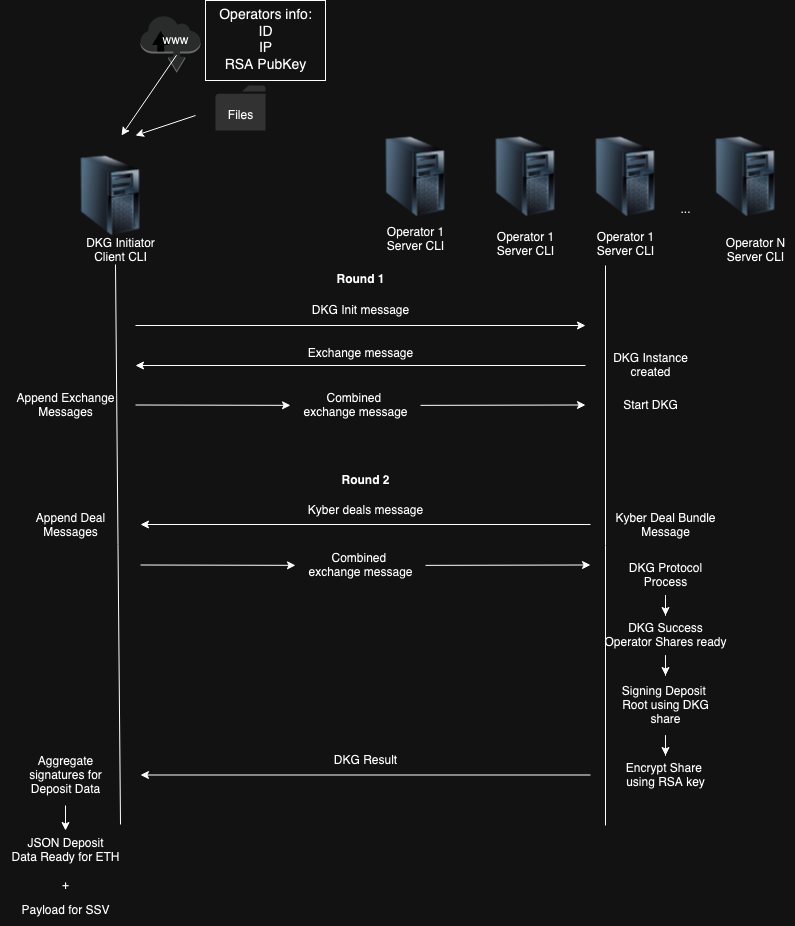
ssvlabs/ssv-dkg keeps this draw.io diagram as imgs/DKGinit.drawio.png. Above is the earlier version. Source tidied: cells renumbered, new cells last; positions are measured from the earlier drawing's top-left corner, leaving out a move shared by most shapes.
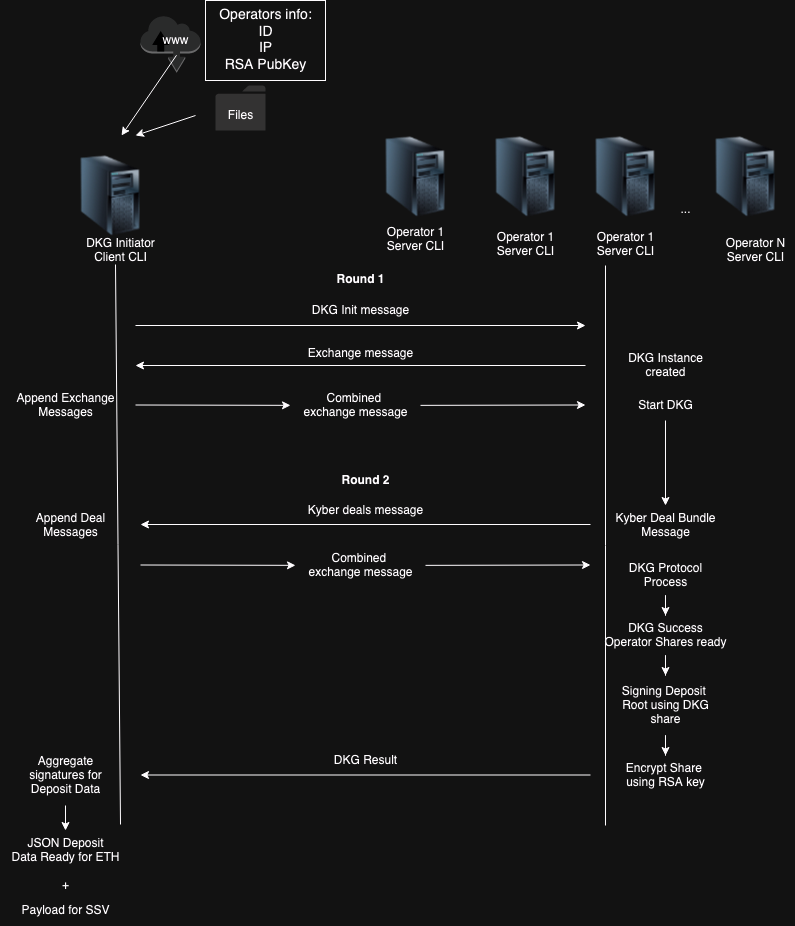
The same file after the commit.

Commit message:
add TODO brakedown

What changed in the source:
```diff
@@ -83,7 +83,7 @@
       <mxGeometry x="300" y="295" width="120" height="30" as="geometry" />
     </mxCell>
     <mxCell id="24" value="&lt;div&gt;DKG Instance&lt;/div&gt;&lt;div&gt;created&lt;br&gt;&lt;/div&gt;" style="text;html=1;align=center;verticalAlign=middle;strokeColor=none;fillColor=none;" parent="1" vertex="1">
-      <mxGeometry x="600" y="345" width="100" height="40" as="geometry" />
+      <mxGeometry x="615" y="345" width="100" height="40" as="geometry" />
     </mxCell>
     <mxCell id="25" style="edgeStyle=none;orthogonalLoop=1;jettySize=auto;html=1;rounded=0;" parent="1" edge="1">
       <mxGeometry relative="1" as="geometry">
@@ -110,8 +110,11 @@
     <mxCell id="30" value="&lt;div&gt;Combined&amp;nbsp;&lt;/div&gt;&lt;div&gt;exchange message&lt;/div&gt;" style="text;html=1;align=center;verticalAlign=middle;points=[];strokeColor=none;fillColor=none;" parent="1" vertex="1">
       <mxGeometry x="290" y="385" width="130" height="40" as="geometry" />
     </mxCell>
+    <mxCell id="55" style="edgeStyle=orthogonalEdgeStyle;rounded=0;jettySize=auto;html=1;" parent="1" edge="1" source="31" target="34">
+      <mxGeometry relative="1" as="geometry" />
+    </mxCell>
     <mxCell id="31" value="Start DKG" style="text;html=1;align=center;verticalAlign=middle;points=[];strokeColor=none;fillColor=none;" parent="1" vertex="1">
-      <mxGeometry x="610" y="390" width="80" height="30" as="geometry" />
+      <mxGeometry x="625" y="390" width="80" height="30" as="geometry" />
     </mxCell>
     <mxCell id="32" value="Kyber deals message" style="text;html=1;align=center;verticalAlign=middle;strokeColor=none;fillColor=none;" parent="1" vertex="1">
       <mxGeometry x="295" y="495" width="140" height="30" as="geometry" />
```
